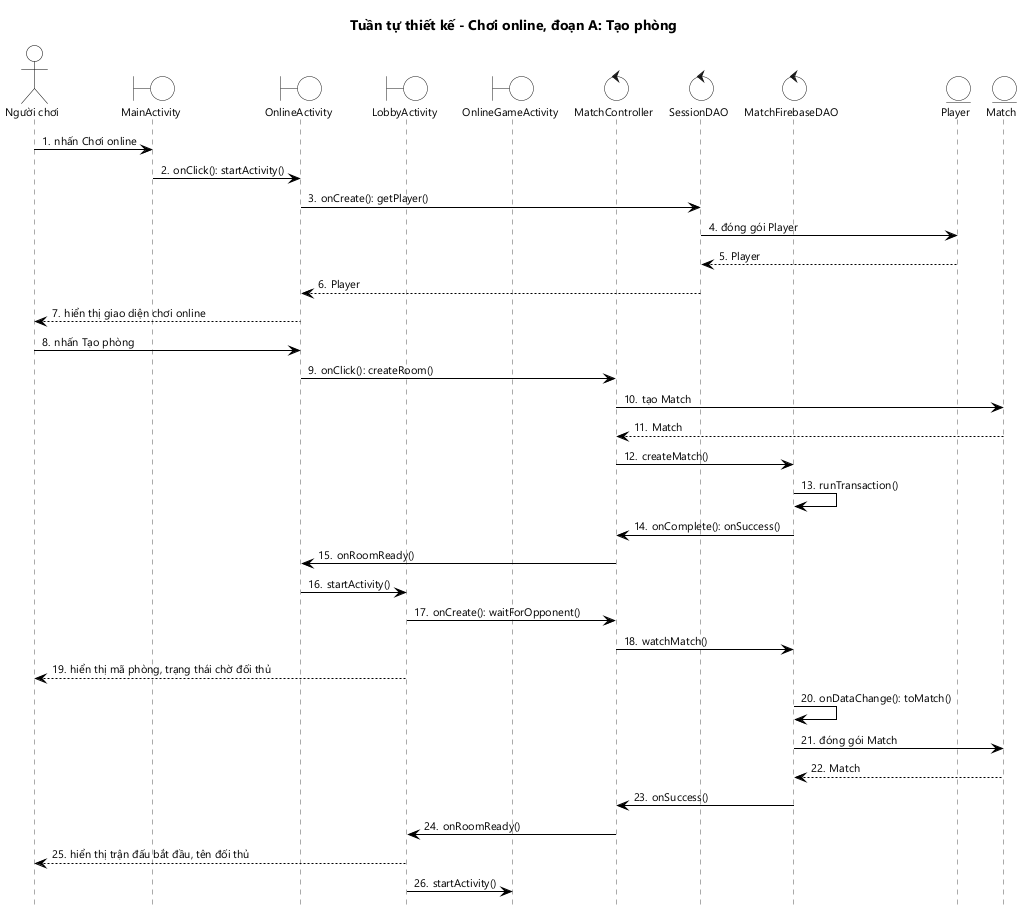
Earlier version of the PlantUML export docs/hung/tuan-tu-thiet-ke-uc05a.png (HungNguyenBa1811/math-dash).
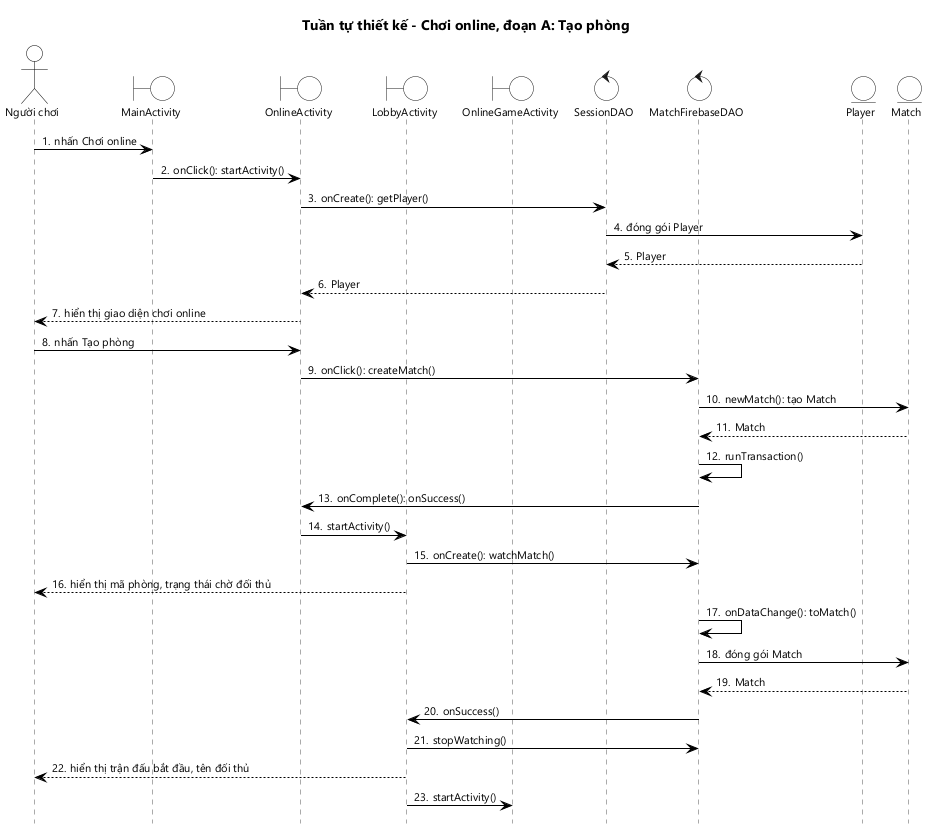
Later version of the same file.

Change to the diagram source:
```diff
@@ -7,7 +7,6 @@
 boundary OnlineActivity as OA
 boundary LobbyActivity as LA
 boundary OnlineGameActivity as GA
-control MatchController as MC
 control SessionDAO as SD
 control MatchFirebaseDAO as MFD
 entity Player as P
@@ -21,22 +20,19 @@
 SD --> OA : Player
 OA --> U : hiển thị giao diện chơi online
 U -> OA : nhấn Tạo phòng
-OA -> MC : onClick(): createRoom()
-MC -> M : tạo Match
-M --> MC : Match
-MC -> MFD : createMatch()
+OA -> MFD : onClick(): createMatch()
+MFD -> M : newMatch(): tạo Match
+M --> MFD : Match
 MFD -> MFD : runTransaction()
-MFD -> MC : onComplete(): onSuccess()
-MC -> OA : onRoomReady()
+MFD -> OA : onComplete(): onSuccess()
 OA -> LA : startActivity()
-LA -> MC : onCreate(): waitForOpponent()
-MC -> MFD : watchMatch()
+LA -> MFD : onCreate(): watchMatch()
 LA --> U : hiển thị mã phòng, trạng thái chờ đối thủ
 MFD -> MFD : onDataChange(): toMatch()
 MFD -> M : đóng gói Match
 M --> MFD : Match
-MFD -> MC : onSuccess()
-MC -> LA : onRoomReady()
+MFD -> LA : onSuccess()
+LA -> MFD : stopWatching()
 LA --> U : hiển thị trận đấu bắt đầu, tên đối thủ
 LA -> GA : startActivity()
 @enduml
```
